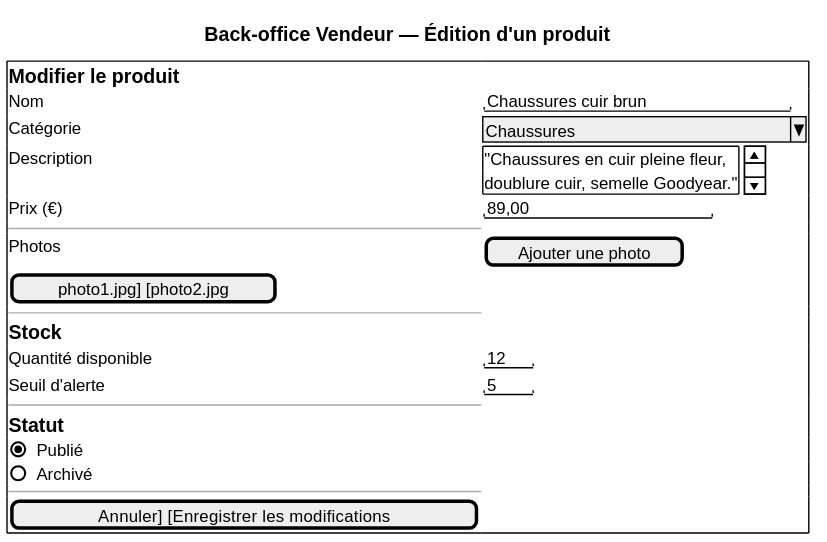
louistalvande/online_shop keeps this PlantUML diagram as architecture/04-physical-architecture/diagrams/ihm-bov-produit.svg. Above is the earlier version.
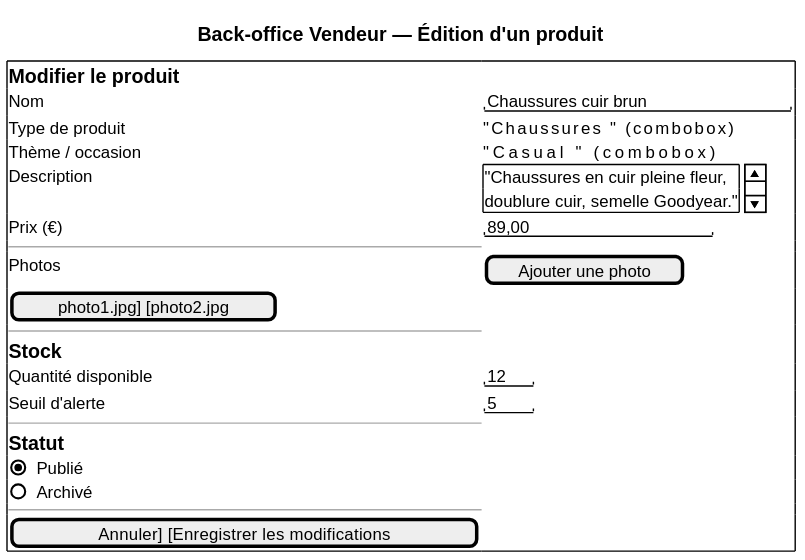
Later version of the same file.

Change to the diagram source:
```diff
@@ -3,9 +3,10 @@
 
 {+
   == Modifier le produit
-  Nom            | "Chaussures cuir brun       "
-  Catégorie      | ^Chaussures                 ^
-  Description    | {SI
+  Nom              | "Chaussures cuir brun       "
+  Type de produit  | "Chaussures            " (combobox)
+  Thème / occasion | "Casual                " (combobox)
+  Description      | {SI
                      "Chaussures en cuir pleine fleur,
                       doublure cuir, semelle Goodyear."
                    }
```
